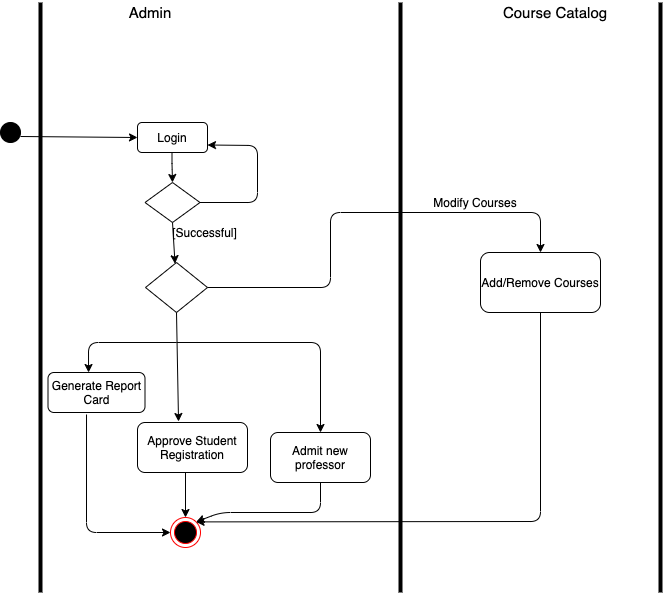
This is CRS-JEDI-7-Group-2-UML-Artifacts/ActivityDiagrams/Activity_Admin.png from bharat-121/Flipkart-JEDI-7-Group-2, a draw.io export, as it was before one commit. Source tidied: cells renumbered, new cells last; positions are measured from the earlier drawing's top-left corner, leaving out a move shared by most shapes. The source it was exported from:
```xml
<mxGraphModel>
  <root>
    <mxCell id="0" />
    <mxCell id="1" parent="0" />
    <mxCell id="2" value="Login" style="rounded=1;whiteSpace=wrap;html=1;" parent="1" vertex="1">
      <mxGeometry x="137" y="120" width="70" height="30" as="geometry" />
    </mxCell>
    <mxCell id="3" style="endArrow=classic;html=1;exitX=0.5;exitY=1;exitDx=0;exitDy=0;exitPerimeter=0;" parent="1" edge="1">
      <mxGeometry relative="1" as="geometry">
        <mxPoint x="171.5" y="150" as="sourcePoint" />
        <mxPoint x="172" y="180" as="targetPoint" />
        <Array as="points">
          <mxPoint x="171.5" y="161" />
        </Array>
      </mxGeometry>
    </mxCell>
    <mxCell id="4" style="rhombus;whiteSpace=wrap;html=1;fillColor=#FFFFFF;" parent="1" vertex="1">
      <mxGeometry x="144.5" y="180" width="55" height="40" as="geometry" />
    </mxCell>
    <mxCell id="5" style="endArrow=classic;html=1;entryX=1;entryY=0.75;entryDx=0;entryDy=0;" parent="1" edge="1" target="2">
      <mxGeometry relative="1" as="geometry">
        <mxPoint x="199.5" y="200" as="sourcePoint" />
        <Array as="points">
          <mxPoint x="257" y="200" />
          <mxPoint x="257" y="143" />
        </Array>
      </mxGeometry>
    </mxCell>
    <mxCell id="6" value="[Successful]" style="text;html=1;strokeColor=none;fillColor=none;align=center;verticalAlign=middle;whiteSpace=wrap;rounded=0;" parent="1" vertex="1">
      <mxGeometry x="187" y="210" width="35" height="40" as="geometry" />
    </mxCell>
    <mxCell id="7" value="&lt;font style=&quot;font-size: 15px&quot;&gt;Admin&lt;/font&gt;" style="text;html=1;strokeColor=none;fillColor=none;align=center;verticalAlign=middle;whiteSpace=wrap;rounded=0;" parent="1" vertex="1">
      <mxGeometry x="130" width="40" height="20" as="geometry" />
    </mxCell>
    <mxCell id="8" value="&lt;font style=&quot;font-size: 15px&quot;&gt;Course Catalog&lt;/font&gt;" style="text;html=1;strokeColor=none;fillColor=none;align=center;verticalAlign=middle;whiteSpace=wrap;rounded=0;" parent="1" vertex="1">
      <mxGeometry x="500" width="110" height="20" as="geometry" />
    </mxCell>
    <mxCell id="9" style="ellipse;whiteSpace=wrap;html=1;fillColor=#000000;" parent="1" vertex="1">
      <mxGeometry y="120" width="20" height="20" as="geometry" />
    </mxCell>
    <mxCell id="10" style="endArrow=classic;html=1;strokeWidth=1;entryX=0;entryY=0.5;entryDx=0;entryDy=0;exitX=1;exitY=0.5;exitDx=0;exitDy=0;" parent="1" edge="1" target="2">
      <mxGeometry relative="1" as="geometry">
        <mxPoint x="20" y="134" as="sourcePoint" />
      </mxGeometry>
    </mxCell>
    <mxCell id="11" style="rhombus;whiteSpace=wrap;html=1;" parent="1" vertex="1">
      <mxGeometry x="145" y="260" width="62" height="50" as="geometry" />
    </mxCell>
    <mxCell id="12" style="endArrow=classic;html=1;strokeWidth=1;exitX=0.5;exitY=1;exitDx=0;exitDy=0;" parent="1" edge="1" source="4" target="11">
      <mxGeometry relative="1" as="geometry" />
    </mxCell>
    <mxCell id="13" style="endArrow=classic;html=1;strokeWidth=1;entryX=0.5;entryY=0;entryDx=0;entryDy=0;" parent="1" edge="1" target="20">
      <mxGeometry relative="1" as="geometry">
        <mxPoint x="176" y="340" as="sourcePoint" />
        <Array as="points">
          <mxPoint x="320" y="340" />
        </Array>
      </mxGeometry>
    </mxCell>
    <mxCell id="14" style="endArrow=classic;html=1;strokeWidth=1;exitX=0.5;exitY=1;exitDx=0;exitDy=0;entryX=0.373;entryY=-0.02;entryDx=0;entryDy=0;entryPerimeter=0;" parent="1" edge="1" source="11" target="15">
      <mxGeometry relative="1" as="geometry" />
    </mxCell>
    <mxCell id="15" value="Approve Student Registration" style="rounded=1;whiteSpace=wrap;html=1;" parent="1" vertex="1">
      <mxGeometry x="137" y="420" width="110" height="50" as="geometry" />
    </mxCell>
    <mxCell id="16" value="Generate Report Card" style="rounded=1;whiteSpace=wrap;html=1;" parent="1" vertex="1">
      <mxGeometry x="47.5" y="370" width="97" height="40" as="geometry" />
    </mxCell>
    <mxCell id="17" style="endArrow=classic;html=1;strokeWidth=1;entryX=0.418;entryY=0;entryDx=0;entryDy=0;entryPerimeter=0;" parent="1" edge="1" target="16">
      <mxGeometry relative="1" as="geometry">
        <mxPoint x="176" y="340" as="sourcePoint" />
        <Array as="points">
          <mxPoint x="88" y="340" />
        </Array>
      </mxGeometry>
    </mxCell>
    <mxCell id="18" style="ellipse;html=1;shape=endState;fillColor=#000000;strokeColor=#ff0000;" parent="1" vertex="1">
      <mxGeometry x="170" y="515" width="30" height="30" as="geometry" />
    </mxCell>
    <mxCell id="19" style="endArrow=classic;html=1;strokeWidth=1;entryX=0.5;entryY=0;entryDx=0;entryDy=0;" parent="1" edge="1" target="18">
      <mxGeometry relative="1" as="geometry">
        <mxPoint x="185" y="470" as="sourcePoint" />
      </mxGeometry>
    </mxCell>
    <mxCell id="20" value="Admit new professor" style="rounded=1;whiteSpace=wrap;html=1;" parent="1" vertex="1">
      <mxGeometry x="270" y="430" width="100" height="50" as="geometry" />
    </mxCell>
    <mxCell id="21" style="endArrow=none;html=1;strokeWidth=4;" parent="1" edge="1">
      <mxGeometry relative="1" as="geometry">
        <mxPoint x="400" y="590" as="sourcePoint" />
        <mxPoint x="400" as="targetPoint" />
      </mxGeometry>
    </mxCell>
    <mxCell id="22" style="endArrow=none;html=1;strokeWidth=4;" parent="1" edge="1">
      <mxGeometry relative="1" as="geometry">
        <mxPoint x="660" y="590" as="sourcePoint" />
        <mxPoint x="660" as="targetPoint" />
      </mxGeometry>
    </mxCell>
    <mxCell id="23" style="endArrow=none;html=1;strokeWidth=4;" parent="1" edge="1">
      <mxGeometry relative="1" as="geometry">
        <mxPoint x="40" y="590" as="sourcePoint" />
        <mxPoint x="40" as="targetPoint" />
      </mxGeometry>
    </mxCell>
    <mxCell id="24" value="Add/Remove Courses" style="rounded=1;whiteSpace=wrap;html=1;" parent="1" vertex="1">
      <mxGeometry x="480" y="250" width="120" height="60" as="geometry" />
    </mxCell>
    <mxCell id="25" style="endArrow=classic;html=1;strokeWidth=1;entryX=0.5;entryY=0;entryDx=0;entryDy=0;exitX=1;exitY=0.5;exitDx=0;exitDy=0;" parent="1" edge="1" source="11" target="24">
      <mxGeometry relative="1" as="geometry">
        <Array as="points">
          <mxPoint x="330" y="285" />
          <mxPoint x="330" y="210" />
          <mxPoint x="540" y="210" />
        </Array>
      </mxGeometry>
    </mxCell>
    <mxCell id="26" value="Modify Courses" style="text;html=1;strokeColor=none;fillColor=none;align=center;verticalAlign=middle;whiteSpace=wrap;rounded=0;" parent="1" vertex="1">
      <mxGeometry x="420" y="190" width="110" height="20" as="geometry" />
    </mxCell>
    <mxCell id="27" style="endArrow=classic;html=1;strokeWidth=1;exitX=0.5;exitY=1;exitDx=0;exitDy=0;entryX=1;entryY=0;entryDx=0;entryDy=0;" parent="1" edge="1" source="24" target="18">
      <mxGeometry relative="1" as="geometry">
        <Array as="points">
          <mxPoint x="540" y="519" />
        </Array>
      </mxGeometry>
    </mxCell>
    <mxCell id="28" style="endArrow=classic;html=1;strokeWidth=1;entryX=1;entryY=0;entryDx=0;entryDy=0;exitX=0.5;exitY=1;exitDx=0;exitDy=0;" parent="1" edge="1" source="20" target="18">
      <mxGeometry relative="1" as="geometry">
        <Array as="points">
          <mxPoint x="320" y="510" />
          <mxPoint x="220" y="510" />
        </Array>
      </mxGeometry>
    </mxCell>
    <mxCell id="29" style="endArrow=classic;html=1;strokeWidth=1;exitX=0.397;exitY=1.05;exitDx=0;exitDy=0;exitPerimeter=0;entryX=0;entryY=0.5;entryDx=0;entryDy=0;" parent="1" edge="1" source="16" target="18">
      <mxGeometry relative="1" as="geometry">
        <Array as="points">
          <mxPoint x="86" y="530" />
        </Array>
      </mxGeometry>
    </mxCell>
  </root>
</mxGraphModel>
```
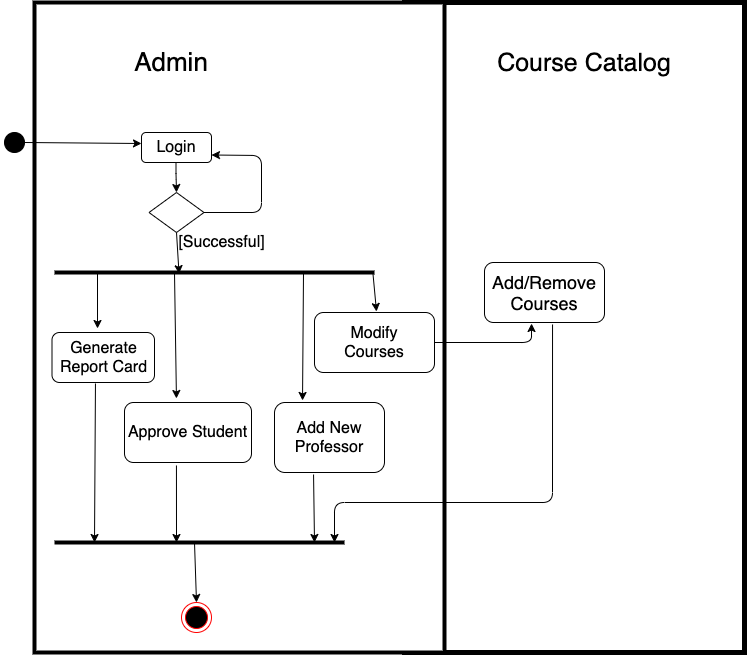
Above is the later version.

The edit, as a diff of the source:
```diff
@@ -2,7 +2,13 @@
   <root>
     <mxCell id="0" />
     <mxCell id="1" parent="0" />
+    <mxCell id="30" style="rounded=0;whiteSpace=wrap;html=1;strokeWidth=5;" parent="1" vertex="1">
+      <mxGeometry x="400" y="-10" width="340" height="650" as="geometry" />
+    </mxCell>
+    <mxCell id="31" style="rounded=0;whiteSpace=wrap;html=1;strokeWidth=4;" parent="1" vertex="1">
+      <mxGeometry x="30" y="-10" width="410" height="650" as="geometry" />
+    </mxCell>
-    <mxCell id="2" value="Login" style="rounded=1;whiteSpace=wrap;html=1;" parent="1" vertex="1">
+    <mxCell id="2" value="&lt;font style=&quot;font-size: 16px&quot;&gt;Login&lt;/font&gt;" style="rounded=1;whiteSpace=wrap;html=1;" parent="1" vertex="1">
       <mxGeometry x="137" y="120" width="70" height="30" as="geometry" />
     </mxCell>
     <mxCell id="3" style="endArrow=classic;html=1;exitX=0.5;exitY=1;exitDx=0;exitDy=0;exitPerimeter=0;" parent="1" edge="1">
@@ -26,119 +32,123 @@
         </Array>
       </mxGeometry>
     </mxCell>
-    <mxCell id="6" value="[Successful]" style="text;html=1;strokeColor=none;fillColor=none;align=center;verticalAlign=middle;whiteSpace=wrap;rounded=0;" parent="1" vertex="1">
-      <mxGeometry x="187" y="210" width="35" height="40" as="geometry" />
+    <mxCell id="6" value="&lt;font style=&quot;font-size: 16px&quot;&gt;[Successful]&lt;/font&gt;" style="text;html=1;strokeColor=none;fillColor=none;align=center;verticalAlign=middle;whiteSpace=wrap;rounded=0;" parent="1" vertex="1">
+      <mxGeometry x="199.5" y="210" width="35" height="40" as="geometry" />
     </mxCell>
-    <mxCell id="7" value="&lt;font style=&quot;font-size: 15px&quot;&gt;Admin&lt;/font&gt;" style="text;html=1;strokeColor=none;fillColor=none;align=center;verticalAlign=middle;whiteSpace=wrap;rounded=0;" parent="1" vertex="1">
-      <mxGeometry x="130" width="40" height="20" as="geometry" />
+    <mxCell id="7" value="&lt;font style=&quot;font-size: 26px&quot;&gt;Admin&lt;/font&gt;" style="text;html=1;strokeColor=none;fillColor=none;align=center;verticalAlign=middle;whiteSpace=wrap;rounded=0;" parent="1" vertex="1">
+      <mxGeometry x="147" y="40" width="40" height="20" as="geometry" />
     </mxCell>
-    <mxCell id="8" value="&lt;font style=&quot;font-size: 15px&quot;&gt;Course Catalog&lt;/font&gt;" style="text;html=1;strokeColor=none;fillColor=none;align=center;verticalAlign=middle;whiteSpace=wrap;rounded=0;" parent="1" vertex="1">
-      <mxGeometry x="500" width="110" height="20" as="geometry" />
+    <mxCell id="8" value="&lt;font style=&quot;font-size: 25px&quot;&gt;Course Catalog&lt;/font&gt;" style="text;html=1;strokeColor=none;fillColor=none;align=center;verticalAlign=middle;whiteSpace=wrap;rounded=0;" parent="1" vertex="1">
+      <mxGeometry x="480" y="40" width="200" height="20" as="geometry" />
     </mxCell>
     <mxCell id="9" style="ellipse;whiteSpace=wrap;html=1;fillColor=#000000;" parent="1" vertex="1">
       <mxGeometry y="120" width="20" height="20" as="geometry" />
     </mxCell>
-    <mxCell id="10" style="endArrow=classic;html=1;strokeWidth=1;entryX=0;entryY=0.5;entryDx=0;entryDy=0;exitX=1;exitY=0.5;exitDx=0;exitDy=0;" parent="1" edge="1" target="2">
+    <mxCell id="10" style="endArrow=classic;html=1;strokeWidth=1;entryX=0;entryY=0.5;entryDx=0;entryDy=0;exitX=1;exitY=0.5;exitDx=0;exitDy=0;" parent="1" edge="1">
       <mxGeometry relative="1" as="geometry">
-        <mxPoint x="20" y="134" as="sourcePoint" />
+        <mxPoint x="20" y="130" as="sourcePoint" />
+        <mxPoint x="137" y="131" as="targetPoint" />
       </mxGeometry>
     </mxCell>
-    <mxCell id="11" style="rhombus;whiteSpace=wrap;html=1;" parent="1" vertex="1">
-      <mxGeometry x="145" y="260" width="62" height="50" as="geometry" />
-    </mxCell>
-    <mxCell id="12" style="endArrow=classic;html=1;strokeWidth=1;exitX=0.5;exitY=1;exitDx=0;exitDy=0;" parent="1" edge="1" source="4" target="11">
-      <mxGeometry relative="1" as="geometry" />
+    <mxCell id="12" style="endArrow=classic;html=1;strokeWidth=1;exitX=0.5;exitY=1;exitDx=0;exitDy=0;" parent="1" edge="1" source="4">
+      <mxGeometry relative="1" as="geometry">
+        <mxPoint x="174.5" y="261.2" as="targetPoint" />
+      </mxGeometry>
     </mxCell>
-    <mxCell id="13" style="endArrow=classic;html=1;strokeWidth=1;entryX=0.5;entryY=0;entryDx=0;entryDy=0;" parent="1" edge="1" target="20">
-      <mxGeometry relative="1" as="geometry">
-        <mxPoint x="176" y="340" as="sourcePoint" />
-        <Array as="points">
-          <mxPoint x="320" y="340" />
-        </Array>
-      </mxGeometry>
-    </mxCell>
-    <mxCell id="14" style="endArrow=classic;html=1;strokeWidth=1;exitX=0.5;exitY=1;exitDx=0;exitDy=0;entryX=0.373;entryY=-0.02;entryDx=0;entryDy=0;entryPerimeter=0;" parent="1" edge="1" source="11" target="15">
-      <mxGeometry relative="1" as="geometry" />
-    </mxCell>
-    <mxCell id="15" value="Approve Student Registration" style="rounded=1;whiteSpace=wrap;html=1;" parent="1" vertex="1">
-      <mxGeometry x="137" y="420" width="110" height="50" as="geometry" />
+    <mxCell id="15" value="&lt;font style=&quot;font-size: 16px&quot;&gt;Approve Student&lt;/font&gt;" style="rounded=1;whiteSpace=wrap;html=1;" parent="1" vertex="1">
+      <mxGeometry x="120" y="390" width="127" height="60" as="geometry" />
     </mxCell>
-    <mxCell id="16" value="Generate Report Card" style="rounded=1;whiteSpace=wrap;html=1;" parent="1" vertex="1">
-      <mxGeometry x="47.5" y="370" width="97" height="40" as="geometry" />
+    <mxCell id="16" value="&lt;font style=&quot;font-size: 16px&quot;&gt;Generate Report Card&lt;/font&gt;" style="rounded=1;whiteSpace=wrap;html=1;" parent="1" vertex="1">
+      <mxGeometry x="47.5" y="320" width="102.5" height="50" as="geometry" />
     </mxCell>
-    <mxCell id="17" style="endArrow=classic;html=1;strokeWidth=1;entryX=0.418;entryY=0;entryDx=0;entryDy=0;entryPerimeter=0;" parent="1" edge="1" target="16">
-      <mxGeometry relative="1" as="geometry">
-        <mxPoint x="176" y="340" as="sourcePoint" />
-        <Array as="points">
-          <mxPoint x="88" y="340" />
-        </Array>
-      </mxGeometry>
-    </mxCell>
     <mxCell id="18" style="ellipse;html=1;shape=endState;fillColor=#000000;strokeColor=#ff0000;" parent="1" vertex="1">
-      <mxGeometry x="170" y="515" width="30" height="30" as="geometry" />
+      <mxGeometry x="177" y="590" width="30" height="30" as="geometry" />
     </mxCell>
-    <mxCell id="19" style="endArrow=classic;html=1;strokeWidth=1;entryX=0.5;entryY=0;entryDx=0;entryDy=0;" parent="1" edge="1" target="18">
-      <mxGeometry relative="1" as="geometry">
-        <mxPoint x="185" y="470" as="sourcePoint" />
-      </mxGeometry>
-    </mxCell>
-    <mxCell id="20" value="Admit new professor" style="rounded=1;whiteSpace=wrap;html=1;" parent="1" vertex="1">
-      <mxGeometry x="270" y="430" width="100" height="50" as="geometry" />
+    <mxCell id="20" value="&lt;font style=&quot;font-size: 16px&quot;&gt;Add New Professor&lt;/font&gt;" style="rounded=1;whiteSpace=wrap;html=1;" parent="1" vertex="1">
+      <mxGeometry x="270" y="390" width="110" height="70" as="geometry" />
     </mxCell>
-    <mxCell id="21" style="endArrow=none;html=1;strokeWidth=4;" parent="1" edge="1">
-      <mxGeometry relative="1" as="geometry">
-        <mxPoint x="400" y="590" as="sourcePoint" />
-        <mxPoint x="400" as="targetPoint" />
-      </mxGeometry>
-    </mxCell>
-    <mxCell id="22" style="endArrow=none;html=1;strokeWidth=4;" parent="1" edge="1">
-      <mxGeometry relative="1" as="geometry">
-        <mxPoint x="660" y="590" as="sourcePoint" />
-        <mxPoint x="660" as="targetPoint" />
-      </mxGeometry>
-    </mxCell>
-    <mxCell id="23" style="endArrow=none;html=1;strokeWidth=4;" parent="1" edge="1">
-      <mxGeometry relative="1" as="geometry">
-        <mxPoint x="40" y="590" as="sourcePoint" />
-        <mxPoint x="40" as="targetPoint" />
-      </mxGeometry>
-    </mxCell>
-    <mxCell id="24" value="Add/Remove Courses" style="rounded=1;whiteSpace=wrap;html=1;" parent="1" vertex="1">
+    <mxCell id="24" value="&lt;font style=&quot;font-size: 18px&quot;&gt;Add/Remove Courses&lt;/font&gt;" style="rounded=1;whiteSpace=wrap;html=1;" parent="1" vertex="1">
       <mxGeometry x="480" y="250" width="120" height="60" as="geometry" />
     </mxCell>
-    <mxCell id="25" style="endArrow=classic;html=1;strokeWidth=1;entryX=0.5;entryY=0;entryDx=0;entryDy=0;exitX=1;exitY=0.5;exitDx=0;exitDy=0;" parent="1" edge="1" source="11" target="24">
-      <mxGeometry relative="1" as="geometry">
-        <Array as="points">
-          <mxPoint x="330" y="285" />
-          <mxPoint x="330" y="210" />
-          <mxPoint x="540" y="210" />
-        </Array>
-      </mxGeometry>
-    </mxCell>
+    <mxCell id="32" style="rounded=1;whiteSpace=wrap;html=1;" parent="1" vertex="1">
+      <mxGeometry x="310" y="300" width="120" height="60" as="geometry" />
+    </mxCell>
-    <mxCell id="26" value="Modify Courses" style="text;html=1;strokeColor=none;fillColor=none;align=center;verticalAlign=middle;whiteSpace=wrap;rounded=0;" parent="1" vertex="1">
-      <mxGeometry x="420" y="190" width="110" height="20" as="geometry" />
+    <mxCell id="26" value="&lt;font style=&quot;font-size: 16px&quot;&gt;Modify Courses&lt;/font&gt;" style="text;html=1;strokeColor=none;fillColor=none;align=center;verticalAlign=middle;whiteSpace=wrap;rounded=0;" parent="1" vertex="1">
+      <mxGeometry x="315" y="320" width="110" height="20" as="geometry" />
     </mxCell>
-    <mxCell id="27" style="endArrow=classic;html=1;strokeWidth=1;exitX=0.5;exitY=1;exitDx=0;exitDy=0;entryX=1;entryY=0;entryDx=0;entryDy=0;" parent="1" edge="1" source="24" target="18">
-      <mxGeometry relative="1" as="geometry">
-        <Array as="points">
-          <mxPoint x="540" y="519" />
-        </Array>
-      </mxGeometry>
-    </mxCell>
-    <mxCell id="28" style="endArrow=classic;html=1;strokeWidth=1;entryX=1;entryY=0;entryDx=0;entryDy=0;exitX=0.5;exitY=1;exitDx=0;exitDy=0;" parent="1" edge="1" source="20" target="18">
-      <mxGeometry relative="1" as="geometry">
-        <Array as="points">
-          <mxPoint x="320" y="510" />
-          <mxPoint x="220" y="510" />
-        </Array>
-      </mxGeometry>
-    </mxCell>
-    <mxCell id="29" style="endArrow=classic;html=1;strokeWidth=1;exitX=0.397;exitY=1.05;exitDx=0;exitDy=0;exitPerimeter=0;entryX=0;entryY=0.5;entryDx=0;entryDy=0;" parent="1" edge="1" source="16" target="18">
-      <mxGeometry relative="1" as="geometry">
-        <Array as="points">
-          <mxPoint x="86" y="530" />
-        </Array>
-      </mxGeometry>
-    </mxCell>
+    <mxCell id="33" style="endArrow=none;html=1;strokeWidth=4;" parent="1" edge="1">
+      <mxGeometry relative="1" as="geometry">
+        <mxPoint x="50" y="260" as="sourcePoint" />
+        <mxPoint x="370" y="260" as="targetPoint" />
+      </mxGeometry>
+    </mxCell>
+    <mxCell id="34" style="endArrow=classic;html=1;strokeWidth=1;entryX=0.409;entryY=-0.067;entryDx=0;entryDy=0;entryPerimeter=0;" parent="1" edge="1" target="15">
+      <mxGeometry relative="1" as="geometry">
+        <mxPoint x="170" y="260" as="sourcePoint" />
+      </mxGeometry>
+    </mxCell>
+    <mxCell id="35" style="endArrow=none;html=1;strokeWidth=4;" parent="1" edge="1">
+      <mxGeometry relative="1" as="geometry">
+        <mxPoint x="50" y="530" as="sourcePoint" />
+        <mxPoint x="340" y="530" as="targetPoint" />
+      </mxGeometry>
+    </mxCell>
+    <mxCell id="36" style="endArrow=classic;html=1;strokeWidth=1;entryX=0.444;entryY=-0.08;entryDx=0;entryDy=0;entryPerimeter=0;" parent="1" edge="1" target="16">
+      <mxGeometry relative="1" as="geometry">
+        <mxPoint x="93" y="260" as="sourcePoint" />
+      </mxGeometry>
+    </mxCell>
+    <mxCell id="37" style="endArrow=classic;html=1;strokeWidth=1;" parent="1" edge="1">
+      <mxGeometry relative="1" as="geometry">
+        <mxPoint x="368.5" y="261.5" as="sourcePoint" />
+        <mxPoint x="372" y="299" as="targetPoint" />
+      </mxGeometry>
+    </mxCell>
+    <mxCell id="38" style="endArrow=classic;html=1;strokeWidth=1;entryX=0.082;entryY=-0.029;entryDx=0;entryDy=0;entryPerimeter=0;" parent="1" edge="1">
+      <mxGeometry relative="1" as="geometry">
+        <mxPoint x="299" y="260" as="sourcePoint" />
+        <mxPoint x="298" y="388" as="targetPoint" />
+      </mxGeometry>
+    </mxCell>
+    <mxCell id="39" style="endArrow=classic;html=1;strokeWidth=1;entryX=0.392;entryY=1.017;entryDx=0;entryDy=0;exitX=1;exitY=0.5;exitDx=0;exitDy=0;entryPerimeter=0;" parent="1" edge="1" source="32" target="24">
+      <mxGeometry relative="1" as="geometry">
+        <Array as="points">
+          <mxPoint x="527" y="330" />
+        </Array>
+      </mxGeometry>
+    </mxCell>
+    <mxCell id="40" style="endArrow=classic;html=1;strokeWidth=1;exitX=0.424;exitY=1.02;exitDx=0;exitDy=0;exitPerimeter=0;" parent="1" edge="1" source="16">
+      <mxGeometry relative="1" as="geometry">
+        <mxPoint x="90" y="530" as="targetPoint" />
+      </mxGeometry>
+    </mxCell>
+    <mxCell id="41" style="endArrow=classic;html=1;strokeWidth=1;exitX=0.409;exitY=1.05;exitDx=0;exitDy=0;exitPerimeter=0;" parent="1" edge="1" source="15">
+      <mxGeometry relative="1" as="geometry">
+        <mxPoint x="172" y="530" as="targetPoint" />
+      </mxGeometry>
+    </mxCell>
+    <mxCell id="42" style="endArrow=classic;html=1;strokeWidth=1;exitX=0.355;exitY=1.029;exitDx=0;exitDy=0;exitPerimeter=0;" parent="1" edge="1" source="20">
+      <mxGeometry relative="1" as="geometry">
+        <mxPoint x="310" y="530" as="targetPoint" />
+      </mxGeometry>
+    </mxCell>
+    <mxCell id="43" style="endArrow=classic;html=1;strokeWidth=1;exitX=0.567;exitY=1.033;exitDx=0;exitDy=0;exitPerimeter=0;" parent="1" edge="1" source="24">
+      <mxGeometry relative="1" as="geometry">
+        <mxPoint x="330" y="530" as="targetPoint" />
+        <Array as="points">
+          <mxPoint x="548" y="490" />
+          <mxPoint x="330" y="490" />
+        </Array>
+      </mxGeometry>
+    </mxCell>
+    <mxCell id="44" style="endArrow=classic;html=1;strokeWidth=1;" parent="1" edge="1">
+      <mxGeometry relative="1" as="geometry">
+        <mxPoint x="190" y="530" as="sourcePoint" />
+        <mxPoint x="192" y="590" as="targetPoint" />
+      </mxGeometry>
+    </mxCell>
+    <mxCell id="45" style="edgeStyle=orthogonalEdgeStyle;rounded=0;orthogonalLoop=1;jettySize=auto;html=1;exitX=0;exitY=1;exitDx=0;exitDy=0;entryX=0.5;entryY=1;entryDx=0;entryDy=0;strokeWidth=1;" parent="1" edge="1" source="9" target="9">
+      <mxGeometry relative="1" as="geometry" />
+    </mxCell>
   </root>
 </mxGraphModel>
```
